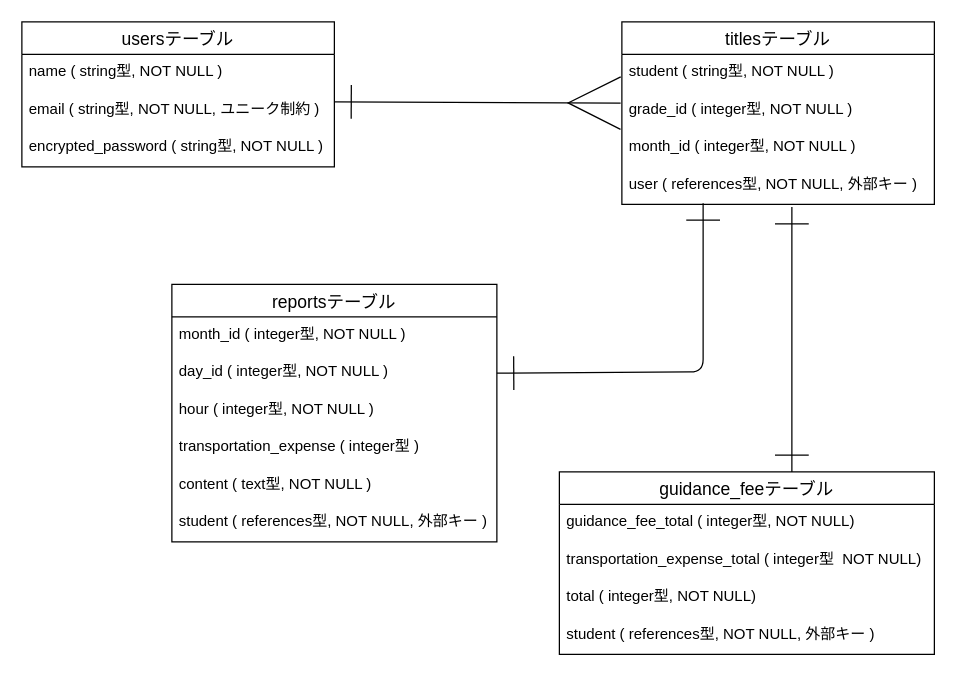
The draw.io diagram ER.dio in shero37/study-report, before the edit. Source tidied: cells renumbered, new cells numbered last; positions are measured from the earlier drawing's top-left corner, leaving out a move shared by most shapes. Both pictures are drawn from the tidied source at 125%, with x=0, y=0 at pixel (21, 21).
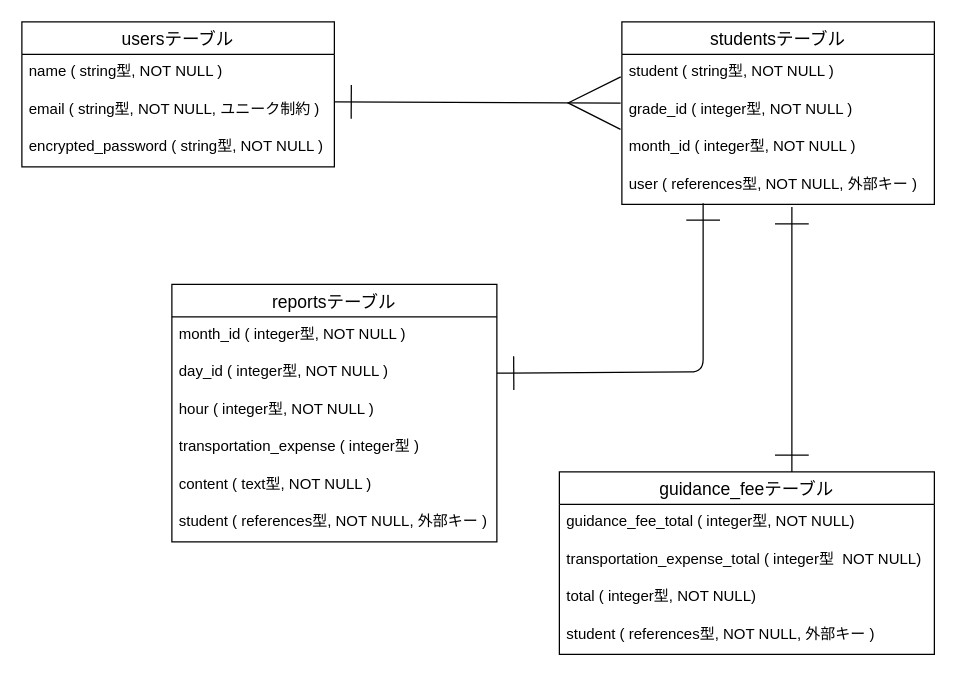
The same diagram, later.

The edit, as a diff of the source:
```diff
@@
-    <mxCell id="6" value="titlesテーブル" style="swimlane;fontStyle=0;horizontal=1;startSize=26;align=center;fontSize=14;swimlaneFillColor=default;" parent="1" vertex="1">
+    <mxCell id="6" value="studentsテーブル" style="swimlane;fontStyle=0;horizontal=1;startSize=26;align=center;fontSize=14;swimlaneFillColor=default;" parent="1" vertex="1">
       <mxGeometry x="480" width="250" height="146" as="geometry" />
     </mxCell>
```
